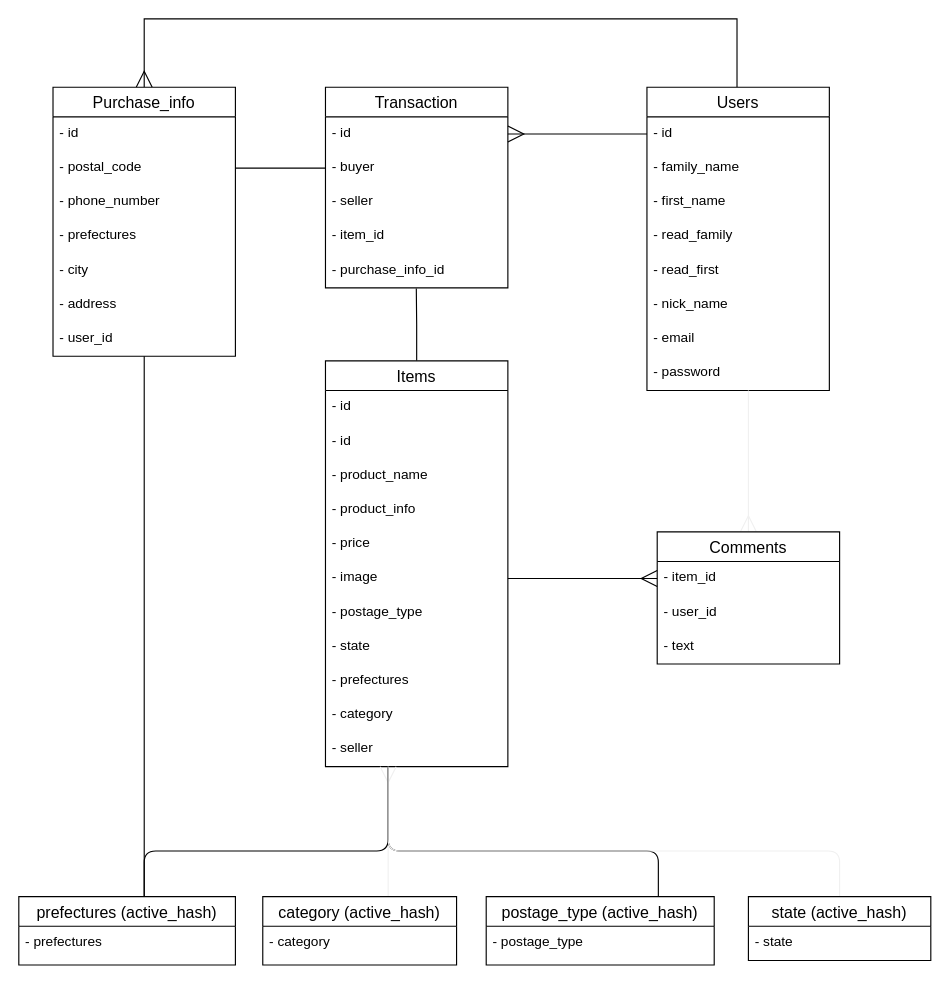
syunryokei/furima-35656 keeps this draw.io diagram as erd.dio. Above is the earlier version. Source tidied: cells renumbered, new cells numbered last; positions are measured from the earlier drawing's top-left corner, leaving out a move shared by most shapes. Both pictures are drawn from the tidied source at 114%, with x=0, y=0 at pixel (18, 18).
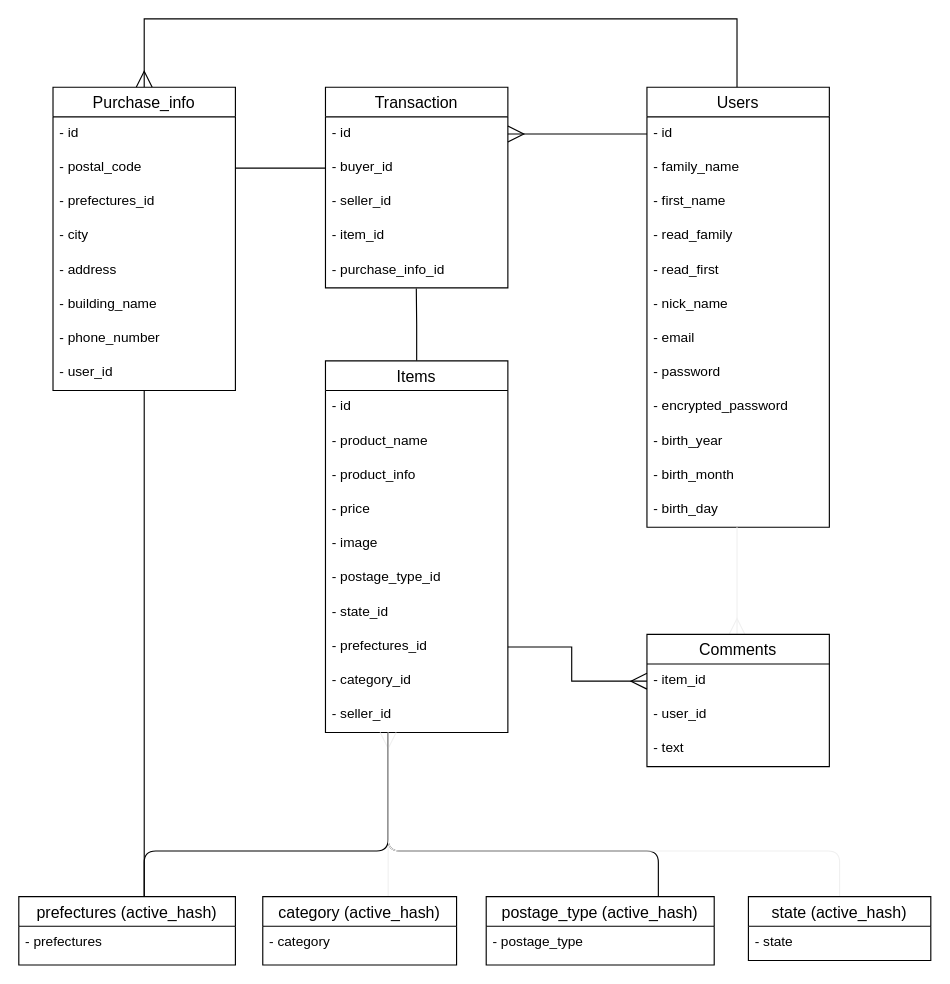
After the change.

Unchanged cells that the change refers to:
```xml
<mxCell id="11" value="- password" style="text;strokeColor=none;fillColor=none;spacingLeft=4;spacingRight=4;overflow=hidden;points=[[0,0.5],[1,0.5]];portConstraint=eastwest;fontSize=12;" parent="3" vertex="1">
  <mxGeometry y="236" width="160" height="30" as="geometry" />
</mxCell>
<mxCell id="34" value="Transaction" style="swimlane;fontStyle=0;horizontal=1;startSize=26;align=center;fontSize=14;" parent="1" vertex="1">
  <mxGeometry x="269" y="60" width="160" height="176" as="geometry" />
</mxCell>
<mxCell id="42" value="- item_id" style="text;strokeColor=none;fillColor=none;spacingLeft=4;spacingRight=4;overflow=hidden;points=[[0,0.5],[1,0.5]];portConstraint=eastwest;fontSize=12;" parent="41" vertex="1">
  <mxGeometry y="26" width="160" height="30" as="geometry" />
</mxCell>
```

Diff of the diagram source:
```diff
@@
     <mxCell id="3" value="Users" style="swimlane;fontStyle=0;horizontal=1;startSize=26;align=center;fontSize=14;direction=east;" parent="1" vertex="1">
-      <mxGeometry x="551" y="60" width="160" height="266" as="geometry" />
+      <mxGeometry x="551" y="60" width="160" height="386" as="geometry" />
     </mxCell>
@@
+    <mxCell id="60" value="- encrypted_password" style="text;strokeColor=none;fillColor=none;spacingLeft=4;spacingRight=4;overflow=hidden;fontSize=12;" parent="3" vertex="1">
+      <mxGeometry y="266" width="160" height="30" as="geometry" />
+    </mxCell>
+    <mxCell id="61" value="- birth_year" style="text;strokeColor=none;fillColor=none;spacingLeft=4;spacingRight=4;overflow=hidden;fontSize=12;" parent="3" vertex="1">
+      <mxGeometry y="296" width="160" height="30" as="geometry" />
+    </mxCell>
+    <mxCell id="62" value="- birth_month" style="text;strokeColor=none;fillColor=none;spacingLeft=4;spacingRight=4;overflow=hidden;fontSize=12;" parent="3" vertex="1">
+      <mxGeometry y="326" width="160" height="30" as="geometry" />
+    </mxCell>
+    <mxCell id="63" value="- birth_day" style="text;strokeColor=none;fillColor=none;spacingLeft=4;spacingRight=4;overflow=hidden;fontSize=12;" parent="3" vertex="1">
+      <mxGeometry y="356" width="160" height="30" as="geometry" />
+    </mxCell>
@@
     <mxCell id="13" value="Items" style="swimlane;fontStyle=0;horizontal=1;startSize=26;align=center;fontSize=14;" parent="1" vertex="1">
-      <mxGeometry x="269" y="300" width="160" height="356" as="geometry" />
+      <mxGeometry x="269" y="300" width="160" height="326" as="geometry" />
     </mxCell>
@@
-    <mxCell id="15" value="- id" style="text;strokeColor=none;fillColor=none;spacingLeft=4;spacingRight=4;overflow=hidden;fontSize=12;" parent="13" vertex="1">
-      <mxGeometry y="56" width="160" height="30" as="geometry" />
-    </mxCell>
     <mxCell id="16" value="- product_name" style="text;strokeColor=none;fillColor=none;spacingLeft=4;spacingRight=4;overflow=hidden;fontSize=12;" parent="13" vertex="1">
-      <mxGeometry y="86" width="160" height="30" as="geometry" />
+      <mxGeometry y="56" width="160" height="30" as="geometry" />
     </mxCell>
     <mxCell id="17" value="- product_info" style="text;strokeColor=none;fillColor=none;spacingLeft=4;spacingRight=4;overflow=hidden;fontSize=12;" parent="13" vertex="1">
-      <mxGeometry y="116" width="160" height="30" as="geometry" />
+      <mxGeometry y="86" width="160" height="30" as="geometry" />
     </mxCell>
     <mxCell id="18" value="- price" style="text;strokeColor=none;fillColor=none;spacingLeft=4;spacingRight=4;overflow=hidden;fontSize=12;" parent="13" vertex="1">
-      <mxGeometry y="146" width="160" height="30" as="geometry" />
+      <mxGeometry y="116" width="160" height="30" as="geometry" />
     </mxCell>
     <mxCell id="19" value="- image" style="text;strokeColor=none;fillColor=none;spacingLeft=4;spacingRight=4;overflow=hidden;points=[[0,0.5],[1,0.5]];portConstraint=eastwest;fontSize=12;" parent="13" vertex="1">
-      <mxGeometry y="176" width="160" height="30" as="geometry" />
+      <mxGeometry y="146" width="160" height="30" as="geometry" />
     </mxCell>
-    <mxCell id="20" value="- postage_type" style="text;strokeColor=none;fillColor=none;spacingLeft=4;spacingRight=4;overflow=hidden;fontSize=12;" parent="13" vertex="1">
-      <mxGeometry y="206" width="160" height="30" as="geometry" />
+    <mxCell id="20" value="- postage_type_id" style="text;strokeColor=none;fillColor=none;spacingLeft=4;spacingRight=4;overflow=hidden;fontSize=12;" parent="13" vertex="1">
+      <mxGeometry y="176" width="160" height="30" as="geometry" />
     </mxCell>
-    <mxCell id="21" value="- state" style="text;strokeColor=none;fillColor=none;spacingLeft=4;spacingRight=4;overflow=hidden;fontSize=12;" parent="13" vertex="1">
-      <mxGeometry y="236" width="160" height="30" as="geometry" />
+    <mxCell id="21" value="- state_id" style="text;strokeColor=none;fillColor=none;spacingLeft=4;spacingRight=4;overflow=hidden;fontSize=12;" parent="13" vertex="1">
+      <mxGeometry y="206" width="160" height="30" as="geometry" />
     </mxCell>
-    <mxCell id="22" value="- prefectures" style="text;strokeColor=none;fillColor=none;spacingLeft=4;spacingRight=4;overflow=hidden;points=[[0,0.5],[1,0.5]];portConstraint=eastwest;fontSize=12;" parent="13" vertex="1">
-      <mxGeometry y="266" width="160" height="30" as="geometry" />
+    <mxCell id="22" value="- prefectures_id" style="text;strokeColor=none;fillColor=none;spacingLeft=4;spacingRight=4;overflow=hidden;points=[[0,0.5],[1,0.5]];portConstraint=eastwest;fontSize=12;" parent="13" vertex="1">
+      <mxGeometry y="236" width="160" height="30" as="geometry" />
     </mxCell>
-    <mxCell id="23" value="- category" style="text;strokeColor=none;fillColor=none;spacingLeft=4;spacingRight=4;overflow=hidden;fontSize=12;" parent="13" vertex="1">
-      <mxGeometry y="296" width="160" height="30" as="geometry" />
+    <mxCell id="23" value="- category_id" style="text;strokeColor=none;fillColor=none;spacingLeft=4;spacingRight=4;overflow=hidden;fontSize=12;" parent="13" vertex="1">
+      <mxGeometry y="266" width="160" height="30" as="geometry" />
     </mxCell>
-    <mxCell id="24" value="- seller" style="text;strokeColor=none;fillColor=none;spacingLeft=4;spacingRight=4;overflow=hidden;points=[[0,0.5],[1,0.5]];portConstraint=eastwest;fontSize=12;" parent="13" vertex="1">
-      <mxGeometry y="326" width="160" height="30" as="geometry" />
+    <mxCell id="24" value="- seller_id" style="text;strokeColor=none;fillColor=none;spacingLeft=4;spacingRight=4;overflow=hidden;points=[[0,0.5],[1,0.5]];portConstraint=eastwest;fontSize=12;" parent="13" vertex="1">
+      <mxGeometry y="296" width="160" height="30" as="geometry" />
     </mxCell>
@@
-    <mxCell id="36" value="- buyer" style="text;strokeColor=none;fillColor=none;spacingLeft=4;spacingRight=4;overflow=hidden;points=[[0,0.5],[1,0.5]];portConstraint=eastwest;fontSize=12;" parent="34" vertex="1">
+    <mxCell id="36" value="- buyer_id" style="text;strokeColor=none;fillColor=none;spacingLeft=4;spacingRight=4;overflow=hidden;points=[[0,0.5],[1,0.5]];portConstraint=eastwest;fontSize=12;" parent="34" vertex="1">
       <mxGeometry y="56" width="160" height="30" as="geometry" />
     </mxCell>
-    <mxCell id="37" value="- seller" style="text;strokeColor=none;fillColor=none;spacingLeft=4;spacingRight=4;overflow=hidden;fontSize=12;" parent="34" vertex="1">
+    <mxCell id="37" value="- seller_id" style="text;strokeColor=none;fillColor=none;spacingLeft=4;spacingRight=4;overflow=hidden;fontSize=12;" parent="34" vertex="1">
       <mxGeometry y="86" width="160" height="30" as="geometry" />
     </mxCell>
@@
-    <mxCell id="40" style="edgeStyle=orthogonalEdgeStyle;rounded=1;jumpSize=6;jettySize=auto;html=1;startArrow=ERmany;startFill=0;endArrow=none;endFill=0;startSize=12;endSize=12;strokeColor=#f0f0f0;" parent="1" edge="1" source="41" target="11">
+    <mxCell id="40" style="edgeStyle=orthogonalEdgeStyle;rounded=1;jumpSize=6;orthogonalLoop=1;jettySize=auto;html=1;startArrow=ERmany;startFill=0;endArrow=none;endFill=0;startSize=12;endSize=12;strokeColor=#f0f0f0;entryX=0.831;entryY=1;entryDx=0;entryDy=0;entryPerimeter=0;" parent="1" edge="1">
       <mxGeometry relative="1" as="geometry">
+        <mxPoint x="630" y="540" as="sourcePoint" />
+        <mxPoint x="630" y="446" as="targetPoint" />
         <Array as="points">
-          <mxPoint x="680" y="460" />
-          <mxPoint x="680" y="460" />
+          <mxPoint x="630" y="490" />
+          <mxPoint x="630" y="490" />
         </Array>
       </mxGeometry>
     </mxCell>
     <mxCell id="41" value="Comments" style="swimlane;fontStyle=0;horizontal=1;startSize=26;align=center;fontSize=14;" parent="1" vertex="1">
-      <mxGeometry x="560" y="450" width="160" height="116" as="geometry" />
+      <mxGeometry x="551" y="540" width="160" height="116" as="geometry" />
     </mxCell>
@@
     <mxCell id="49" value="Purchase_info" style="swimlane;fontStyle=0;horizontal=1;startSize=26;align=center;fontSize=14;" parent="1" vertex="1">
-      <mxGeometry x="30" y="60" width="160" height="236" as="geometry" />
+      <mxGeometry x="30" y="60" width="160" height="266" as="geometry" />
     </mxCell>
@@
-    <mxCell id="52" value="- phone_number" style="text;strokeColor=none;fillColor=none;spacingLeft=4;spacingRight=4;overflow=hidden;fontSize=12;" parent="49" vertex="1">
-      <mxGeometry y="86" width="160" height="30" as="geometry" />
-    </mxCell>
-    <mxCell id="53" value="- prefectures" style="text;strokeColor=none;fillColor=none;spacingLeft=4;spacingRight=4;overflow=hidden;fontSize=12;" parent="49" vertex="1">
-      <mxGeometry y="116" width="160" height="30" as="geometry" />
+    <mxCell id="53" value="- prefectures_id" style="text;strokeColor=none;fillColor=none;spacingLeft=4;spacingRight=4;overflow=hidden;fontSize=12;" parent="49" vertex="1">
+      <mxGeometry y="86" width="160" height="30" as="geometry" />
     </mxCell>
     <mxCell id="54" value="- city" style="text;strokeColor=none;fillColor=none;spacingLeft=4;spacingRight=4;overflow=hidden;fontSize=12;" parent="49" vertex="1">
-      <mxGeometry y="146" width="160" height="30" as="geometry" />
+      <mxGeometry y="116" width="160" height="30" as="geometry" />
     </mxCell>
     <mxCell id="55" value="- address" style="text;strokeColor=none;fillColor=none;spacingLeft=4;spacingRight=4;overflow=hidden;fontSize=12;" parent="49" vertex="1">
-      <mxGeometry y="176" width="160" height="30" as="geometry" />
+      <mxGeometry y="146" width="160" height="30" as="geometry" />
     </mxCell>
+    <mxCell id="64" value="- building_name" style="text;strokeColor=none;fillColor=none;spacingLeft=4;spacingRight=4;overflow=hidden;fontSize=12;" parent="49" vertex="1">
+      <mxGeometry y="176" width="160" height="30" as="geometry" />
+    </mxCell>
+    <mxCell id="52" value="- phone_number" style="text;strokeColor=none;fillColor=none;spacingLeft=4;spacingRight=4;overflow=hidden;fontSize=12;" parent="49" vertex="1">
+      <mxGeometry y="206" width="160" height="30" as="geometry" />
+    </mxCell>
     <mxCell id="56" value="- user_id" style="text;strokeColor=none;fillColor=none;spacingLeft=4;spacingRight=4;overflow=hidden;fontSize=12;" parent="49" vertex="1">
-      <mxGeometry y="206" width="160" height="30" as="geometry" />
+      <mxGeometry y="236" width="160" height="30" as="geometry" />
     </mxCell>
@@
-    <mxCell id="59" style="edgeStyle=orthogonalEdgeStyle;rounded=0;jettySize=auto;html=1;exitX=1;exitY=0.5;exitDx=0;exitDy=0;entryX=0;entryY=0.5;entryDx=0;entryDy=0;endArrow=ERmany;endFill=0;endSize=12;" parent="1" edge="1" source="19" target="42">
+    <mxCell id="59" style="edgeStyle=orthogonalEdgeStyle;rounded=0;jettySize=auto;html=1;entryX=0;entryY=0.5;entryDx=0;entryDy=0;endArrow=ERmany;endFill=0;endSize=12;exitX=1;exitY=0.5;exitDx=0;exitDy=0;" parent="1" edge="1" source="22" target="42">
       <mxGeometry relative="1" as="geometry" />
     </mxCell>
```
